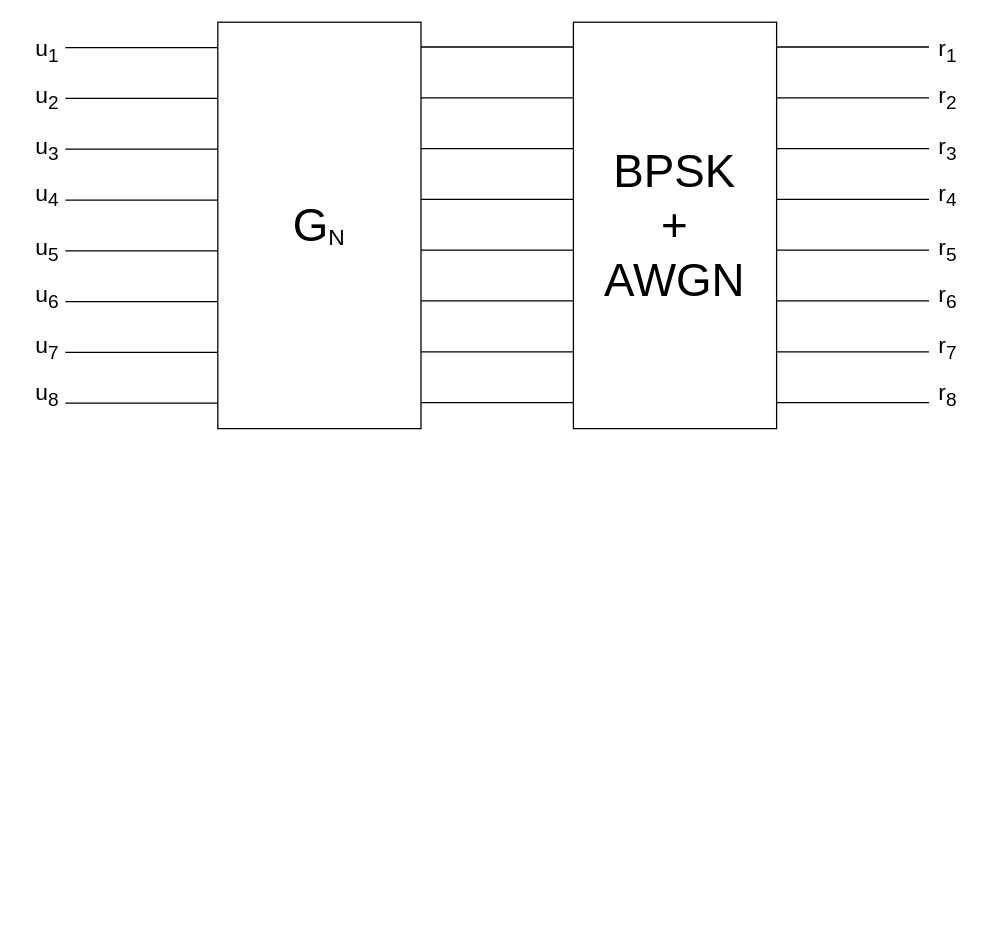
The draw.io diagram polar_codes.drawio in faruqsabri/drawio, before the edit. Source tidied: cells renumbered, new cells numbered last; positions are measured from the earlier drawing's top-left corner, leaving out a move shared by most shapes. Both pictures are drawn from the tidied source at 127%, with x=0, y=0 at pixel (22, 22).
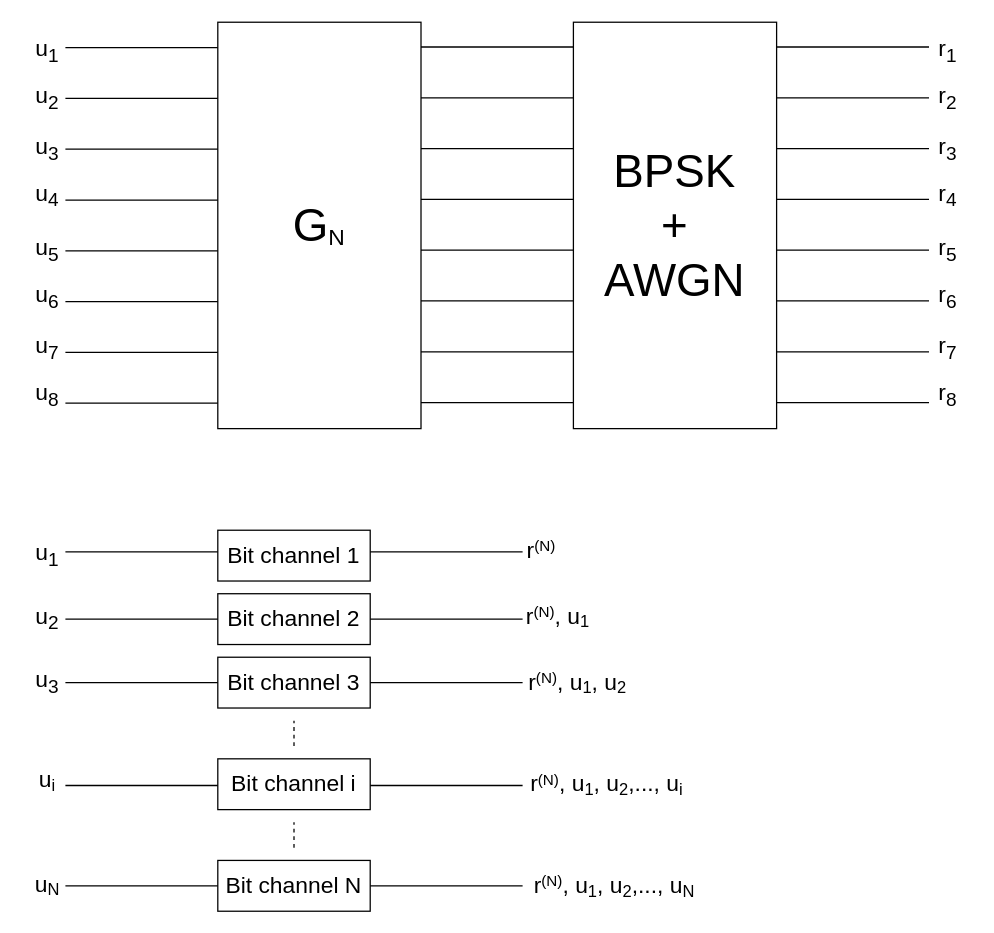
The same page after the edit.

What changed in the source:
```diff
@@
+    <mxCell id="44" value="&lt;font style=&quot;font-size: 18px&quot;&gt;Bit channel 1&lt;/font&gt;" style="rounded=0;whiteSpace=wrap;html=1;fillColor=none;" parent="1" vertex="1">
+      <mxGeometry x="154" y="400" width="120" height="40" as="geometry" />
+    </mxCell>
+    <mxCell id="45" value="&lt;font style=&quot;font-size: 18px&quot;&gt;Bit channel 2&lt;/font&gt;" style="rounded=0;whiteSpace=wrap;html=1;fillColor=none;" parent="1" vertex="1">
+      <mxGeometry x="154" y="450" width="120" height="40" as="geometry" />
+    </mxCell>
+    <mxCell id="46" value="&lt;font style=&quot;font-size: 18px&quot;&gt;Bit channel 3&lt;/font&gt;" style="rounded=0;whiteSpace=wrap;html=1;fillColor=none;" parent="1" vertex="1">
+      <mxGeometry x="154" y="500" width="120" height="40" as="geometry" />
+    </mxCell>
+    <mxCell id="47" value="&lt;font style=&quot;font-size: 18px&quot;&gt;Bit channel i&lt;/font&gt;" style="rounded=0;whiteSpace=wrap;html=1;fillColor=none;" parent="1" vertex="1">
+      <mxGeometry x="154" y="580" width="120" height="40" as="geometry" />
+    </mxCell>
+    <mxCell id="48" style="endArrow=none;dashed=1;html=1;" parent="1" edge="1">
+      <mxGeometry relative="1" as="geometry">
+        <mxPoint x="214" y="570" as="sourcePoint" />
+        <mxPoint x="214" y="550" as="targetPoint" />
+      </mxGeometry>
+    </mxCell>
+    <mxCell id="49" value="&lt;font style=&quot;font-size: 18px&quot;&gt;Bit channel N&lt;/font&gt;" style="rounded=0;whiteSpace=wrap;html=1;fillColor=none;" parent="1" vertex="1">
+      <mxGeometry x="154" y="660" width="120" height="40" as="geometry" />
+    </mxCell>
+    <mxCell id="50" style="endArrow=none;dashed=1;html=1;" parent="1" edge="1">
+      <mxGeometry relative="1" as="geometry">
+        <mxPoint x="214" y="650" as="sourcePoint" />
+        <mxPoint x="214" y="630" as="targetPoint" />
+      </mxGeometry>
+    </mxCell>
+    <mxCell id="51" style="endArrow=none;html=1;" parent="1" edge="1">
+      <mxGeometry relative="1" as="geometry">
+        <mxPoint x="34" y="417" as="sourcePoint" />
+        <mxPoint x="154" y="417" as="targetPoint" />
+      </mxGeometry>
+    </mxCell>
+    <mxCell id="52" style="endArrow=none;html=1;" parent="1" edge="1">
+      <mxGeometry relative="1" as="geometry">
+        <mxPoint x="34" y="470" as="sourcePoint" />
+        <mxPoint x="154" y="470" as="targetPoint" />
+      </mxGeometry>
+    </mxCell>
+    <mxCell id="53" style="endArrow=none;html=1;" parent="1" edge="1">
+      <mxGeometry relative="1" as="geometry">
+        <mxPoint x="34" y="520" as="sourcePoint" />
+        <mxPoint x="154" y="520" as="targetPoint" />
+      </mxGeometry>
+    </mxCell>
+    <mxCell id="54" style="endArrow=none;html=1;" parent="1" edge="1">
+      <mxGeometry relative="1" as="geometry">
+        <mxPoint x="34" y="601" as="sourcePoint" />
+        <mxPoint x="154" y="601" as="targetPoint" />
+      </mxGeometry>
+    </mxCell>
+    <mxCell id="55" style="endArrow=none;html=1;" parent="1" edge="1">
+      <mxGeometry relative="1" as="geometry">
+        <mxPoint x="34" y="680" as="sourcePoint" />
+        <mxPoint x="154" y="680" as="targetPoint" />
+      </mxGeometry>
+    </mxCell>
+    <mxCell id="56" value="&lt;font style=&quot;font-size: 18px&quot;&gt;u&lt;sub&gt;1&lt;/sub&gt;&lt;/font&gt;" style="text;html=1;strokeColor=none;fillColor=none;align=center;verticalAlign=middle;whiteSpace=wrap;rounded=0;" parent="1" vertex="1">
+      <mxGeometry y="410" width="40" height="20" as="geometry" />
+    </mxCell>
+    <mxCell id="57" value="&lt;font style=&quot;font-size: 18px&quot;&gt;u&lt;sub&gt;2&lt;/sub&gt;&lt;/font&gt;" style="text;html=1;strokeColor=none;fillColor=none;align=center;verticalAlign=middle;whiteSpace=wrap;rounded=0;" parent="1" vertex="1">
+      <mxGeometry y="460" width="40" height="20" as="geometry" />
+    </mxCell>
+    <mxCell id="58" value="&lt;font style=&quot;font-size: 18px&quot;&gt;u&lt;sub&gt;3&lt;/sub&gt;&lt;/font&gt;" style="text;html=1;strokeColor=none;fillColor=none;align=center;verticalAlign=middle;whiteSpace=wrap;rounded=0;" parent="1" vertex="1">
+      <mxGeometry y="510" width="40" height="20" as="geometry" />
+    </mxCell>
+    <mxCell id="59" value="&lt;font&gt;&lt;span style=&quot;font-size: 18px&quot;&gt;u&lt;/span&gt;&lt;sub&gt;&lt;font style=&quot;font-size: 13px&quot;&gt;i&lt;/font&gt;&lt;/sub&gt;&lt;/font&gt;" style="text;html=1;strokeColor=none;fillColor=none;align=center;verticalAlign=middle;whiteSpace=wrap;rounded=0;" parent="1" vertex="1">
+      <mxGeometry y="588" width="40" height="20" as="geometry" />
+    </mxCell>
+    <mxCell id="60" value="&lt;font&gt;&lt;span style=&quot;font-size: 18px&quot;&gt;u&lt;/span&gt;&lt;sub&gt;&lt;font style=&quot;font-size: 13px&quot;&gt;N&lt;/font&gt;&lt;/sub&gt;&lt;/font&gt;" style="text;html=1;strokeColor=none;fillColor=none;align=center;verticalAlign=middle;whiteSpace=wrap;rounded=0;" parent="1" vertex="1">
+      <mxGeometry y="670" width="40" height="20" as="geometry" />
+    </mxCell>
+    <mxCell id="61" style="endArrow=none;html=1;" parent="1" edge="1">
+      <mxGeometry relative="1" as="geometry">
+        <mxPoint x="274" y="417" as="sourcePoint" />
+        <mxPoint x="394" y="417" as="targetPoint" />
+      </mxGeometry>
+    </mxCell>
+    <mxCell id="62" style="endArrow=none;html=1;" parent="1" edge="1">
+      <mxGeometry relative="1" as="geometry">
+        <mxPoint x="274" y="470" as="sourcePoint" />
+        <mxPoint x="394" y="470" as="targetPoint" />
+      </mxGeometry>
+    </mxCell>
+    <mxCell id="63" style="endArrow=none;html=1;" parent="1" edge="1">
+      <mxGeometry relative="1" as="geometry">
+        <mxPoint x="274" y="520" as="sourcePoint" />
+        <mxPoint x="394" y="520" as="targetPoint" />
+      </mxGeometry>
+    </mxCell>
+    <mxCell id="64" style="endArrow=none;html=1;" parent="1" edge="1">
+      <mxGeometry relative="1" as="geometry">
+        <mxPoint x="274" y="601" as="sourcePoint" />
+        <mxPoint x="394" y="601" as="targetPoint" />
+      </mxGeometry>
+    </mxCell>
+    <mxCell id="65" style="endArrow=none;html=1;" parent="1" edge="1">
+      <mxGeometry relative="1" as="geometry">
+        <mxPoint x="274" y="680" as="sourcePoint" />
+        <mxPoint x="394" y="680" as="targetPoint" />
+      </mxGeometry>
+    </mxCell>
+    <mxCell id="66" value="&lt;span style=&quot;font-size: 18px&quot;&gt;r&lt;/span&gt;&lt;sup&gt;&lt;font style=&quot;font-size: 12px&quot;&gt;(N)&lt;/font&gt;&lt;/sup&gt;" style="text;html=1;strokeColor=none;fillColor=none;align=center;verticalAlign=middle;whiteSpace=wrap;rounded=0;" parent="1" vertex="1">
+      <mxGeometry x="389" y="406" width="40" height="20" as="geometry" />
+    </mxCell>
+    <mxCell id="67" value="&lt;span style=&quot;font-size: 18px&quot;&gt;r&lt;/span&gt;&lt;sup&gt;&lt;font style=&quot;font-size: 12px&quot;&gt;(N)&lt;/font&gt;&lt;/sup&gt;&lt;span style=&quot;font-size: 18px&quot;&gt;, u&lt;/span&gt;&lt;sub&gt;&lt;font style=&quot;font-size: 13px&quot;&gt;1&lt;/font&gt;&lt;/sub&gt;" style="text;html=1;strokeColor=none;fillColor=none;align=center;verticalAlign=middle;whiteSpace=wrap;rounded=0;" parent="1" vertex="1">
+      <mxGeometry x="395" y="459" width="54" height="20" as="geometry" />
+    </mxCell>
+    <mxCell id="68" value="&lt;font&gt;&lt;span style=&quot;font-size: 18px&quot;&gt;r&lt;/span&gt;&lt;sup style=&quot;font-size: 18px&quot;&gt;&lt;font style=&quot;font-size: 12px&quot;&gt;(N)&lt;/font&gt;&lt;/sup&gt;&lt;span style=&quot;font-size: 18px&quot;&gt;, u&lt;/span&gt;&lt;sub&gt;&lt;font style=&quot;font-size: 13px&quot;&gt;1&lt;/font&gt;&lt;/sub&gt;&lt;span style=&quot;font-size: 18px&quot;&gt;, u&lt;/span&gt;&lt;sub&gt;&lt;font style=&quot;font-size: 13px&quot;&gt;2&lt;/font&gt;&lt;/sub&gt;&lt;/font&gt;" style="text;html=1;strokeColor=none;fillColor=none;align=center;verticalAlign=middle;whiteSpace=wrap;rounded=0;" parent="1" vertex="1">
+      <mxGeometry x="389" y="508" width="97" height="20" as="geometry" />
+    </mxCell>
+    <mxCell id="69" value="&lt;font&gt;&lt;span style=&quot;font-size: 18px&quot;&gt;r&lt;/span&gt;&lt;sup style=&quot;font-size: 18px&quot;&gt;&lt;font style=&quot;font-size: 12px&quot;&gt;(N)&lt;/font&gt;&lt;/sup&gt;&lt;span style=&quot;font-size: 18px&quot;&gt;, u&lt;/span&gt;&lt;sub&gt;&lt;font style=&quot;font-size: 13px&quot;&gt;1&lt;/font&gt;&lt;/sub&gt;&lt;span style=&quot;font-size: 18px&quot;&gt;, u&lt;/span&gt;&lt;sub&gt;&lt;font style=&quot;font-size: 13px&quot;&gt;2&lt;/font&gt;&lt;/sub&gt;&lt;span style=&quot;font-size: 18px&quot;&gt;,..., u&lt;/span&gt;&lt;sub&gt;&lt;font style=&quot;font-size: 13px&quot;&gt;i&lt;/font&gt;&lt;/sub&gt;&lt;/font&gt;" style="text;html=1;strokeColor=none;fillColor=none;align=center;verticalAlign=middle;whiteSpace=wrap;rounded=0;" parent="1" vertex="1">
+      <mxGeometry x="387" y="588" width="147" height="20" as="geometry" />
+    </mxCell>
+    <mxCell id="70" value="&lt;font&gt;&lt;span style=&quot;font-size: 18px&quot;&gt;r&lt;/span&gt;&lt;sup style=&quot;font-size: 18px&quot;&gt;&lt;font style=&quot;font-size: 12px&quot;&gt;(N)&lt;/font&gt;&lt;/sup&gt;&lt;span style=&quot;font-size: 18px&quot;&gt;, u&lt;/span&gt;&lt;sub&gt;&lt;font style=&quot;font-size: 13px&quot;&gt;1&lt;/font&gt;&lt;/sub&gt;&lt;span style=&quot;font-size: 18px&quot;&gt;, u&lt;/span&gt;&lt;sub&gt;&lt;font style=&quot;font-size: 13px&quot;&gt;2&lt;/font&gt;&lt;/sub&gt;&lt;span style=&quot;font-size: 18px&quot;&gt;,...,&amp;nbsp;u&lt;/span&gt;&lt;sub&gt;&lt;font style=&quot;font-size: 13px&quot;&gt;N&lt;/font&gt;&lt;/sub&gt;&lt;/font&gt;" style="text;html=1;strokeColor=none;fillColor=none;align=center;verticalAlign=middle;whiteSpace=wrap;rounded=0;" parent="1" vertex="1">
+      <mxGeometry x="398" y="668" width="137" height="20" as="geometry" />
+    </mxCell>
```
